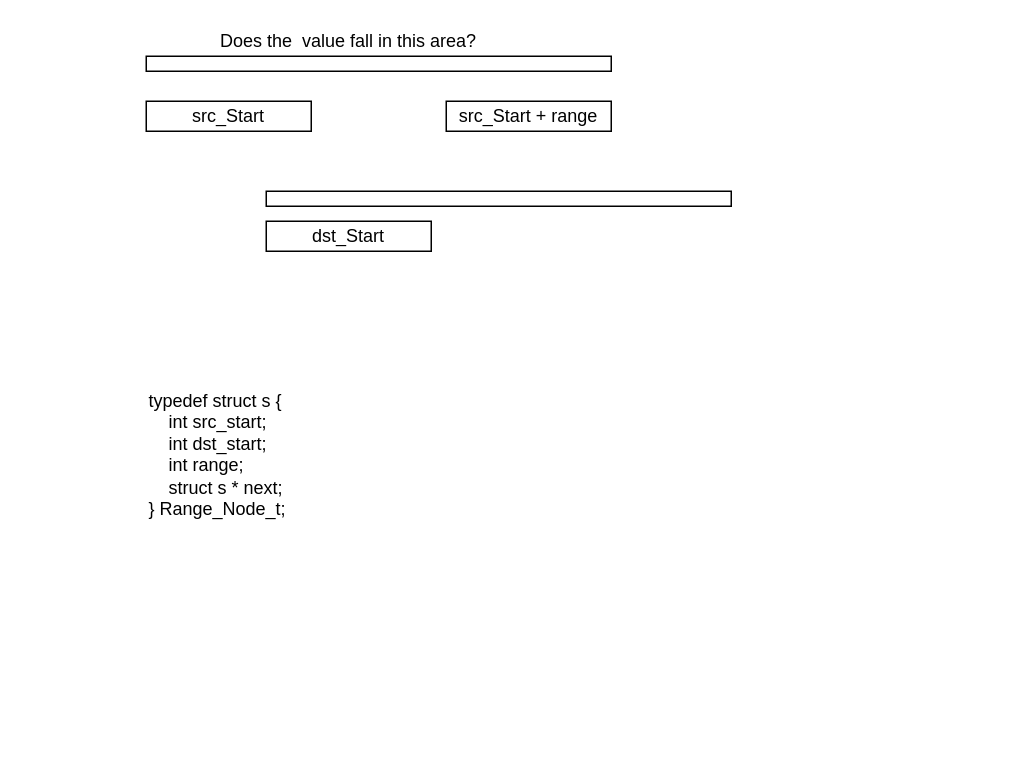
Before: Untitled Diagram.drawio in AlanHasty/AOC23, a draw.io diagram. Source tidied: cells renumbered, new cells numbered last; positions are measured from the earlier drawing's top-left corner, leaving out a move shared by most shapes. Both pictures are drawn from the tidied source at 150%, with x=0, y=0 at pixel (146, 26).
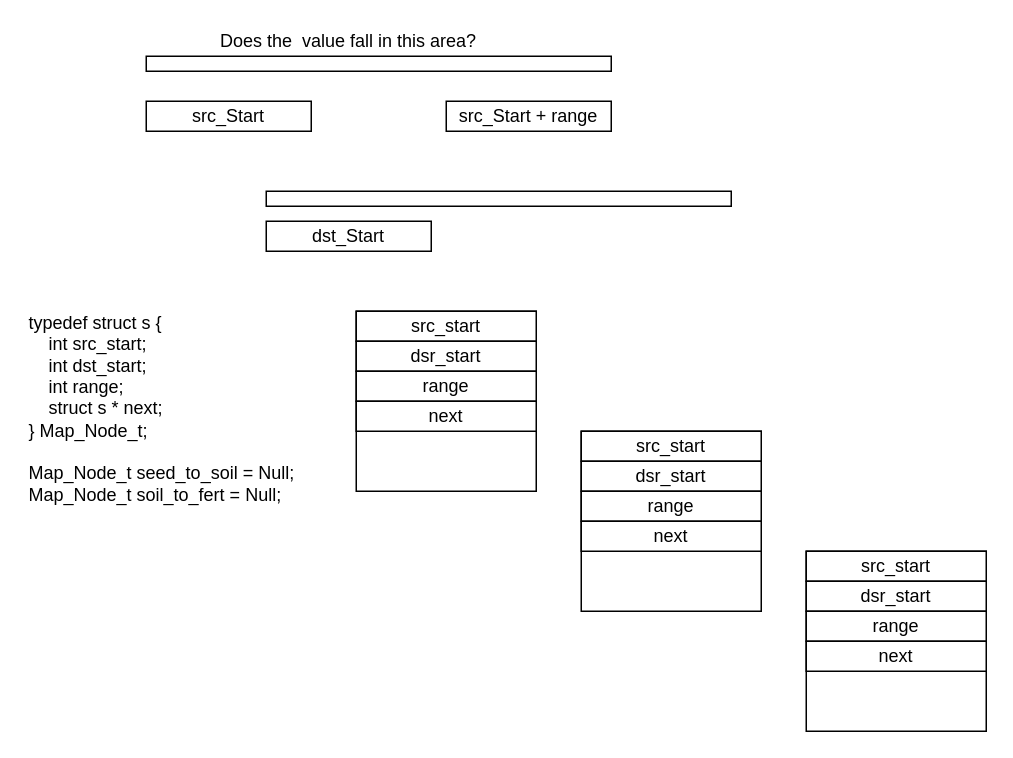
The same diagram, later.

Commit message:
update to show struct

What changed in the source:
```diff
@@
-    <mxCell id="8" value="typedef struct s {&lt;div&gt;&amp;nbsp; &amp;nbsp; int src_start;&lt;/div&gt;&lt;div&gt;&amp;nbsp; &amp;nbsp; int dst_start;&lt;/div&gt;&lt;div&gt;&amp;nbsp; &amp;nbsp; int range;&lt;/div&gt;&lt;div&gt;&amp;nbsp; &amp;nbsp; struct s * next;&lt;br&gt;&lt;div&gt;} Range_Node_t;&lt;/div&gt;&lt;/div&gt;&lt;div&gt;&lt;br&gt;&lt;/div&gt;&lt;div&gt;&lt;br&gt;&lt;/div&gt;" style="text;html=1;align=left;verticalAlign=middle;whiteSpace=wrap;rounded=0;" parent="1" vertex="1">
-      <mxGeometry y="190" width="230" height="220" as="geometry" />
+    <mxCell id="8" value="typedef struct s {&lt;div&gt;&amp;nbsp; &amp;nbsp; int src_start;&lt;/div&gt;&lt;div&gt;&amp;nbsp; &amp;nbsp; int dst_start;&lt;/div&gt;&lt;div&gt;&amp;nbsp; &amp;nbsp; int range;&lt;/div&gt;&lt;div&gt;&amp;nbsp; &amp;nbsp; struct s * next;&lt;br&gt;&lt;div&gt;} Map_Node_t;&lt;/div&gt;&lt;/div&gt;&lt;div&gt;&lt;br&gt;&lt;/div&gt;&lt;div&gt;Map_Node_t seed_to_soil = Null;&lt;/div&gt;&lt;div&gt;Map_Node_t soil_to_fert = Null;&lt;/div&gt;" style="text;html=1;align=left;verticalAlign=middle;whiteSpace=wrap;rounded=0;" parent="1" vertex="1">
+      <mxGeometry x="-80" y="180" width="230" height="150" as="geometry" />
     </mxCell>
+    <mxCell id="9" style="group;" parent="1" vertex="1">
+      <mxGeometry x="140" y="190" width="120" height="120" as="geometry" />
+    </mxCell>
+    <mxCell id="10" style="rounded=0;whiteSpace=wrap;html=1;" parent="9" vertex="1">
+      <mxGeometry width="120" height="120" as="geometry" />
+    </mxCell>
+    <mxCell id="11" value="src_start" style="rounded=0;whiteSpace=wrap;html=1;" parent="9" vertex="1">
+      <mxGeometry width="120" height="20" as="geometry" />
+    </mxCell>
+    <mxCell id="12" value="dsr_start" style="rounded=0;whiteSpace=wrap;html=1;" parent="9" vertex="1">
+      <mxGeometry y="20" width="120" height="20" as="geometry" />
+    </mxCell>
+    <mxCell id="13" value="range" style="rounded=0;whiteSpace=wrap;html=1;" parent="9" vertex="1">
+      <mxGeometry y="40" width="120" height="20" as="geometry" />
+    </mxCell>
+    <mxCell id="14" value="next" style="rounded=0;whiteSpace=wrap;html=1;" parent="9" vertex="1">
+      <mxGeometry y="60" width="120" height="20" as="geometry" />
+    </mxCell>
+    <mxCell id="15" style="group;" parent="1" vertex="1">
+      <mxGeometry x="290" y="270" width="120" height="120" as="geometry" />
+    </mxCell>
+    <mxCell id="16" style="rounded=0;whiteSpace=wrap;html=1;" parent="15" vertex="1">
+      <mxGeometry width="120" height="120" as="geometry" />
+    </mxCell>
+    <mxCell id="17" value="src_start" style="rounded=0;whiteSpace=wrap;html=1;" parent="15" vertex="1">
+      <mxGeometry width="120" height="20" as="geometry" />
+    </mxCell>
+    <mxCell id="18" value="dsr_start" style="rounded=0;whiteSpace=wrap;html=1;" parent="15" vertex="1">
+      <mxGeometry y="20" width="120" height="20" as="geometry" />
+    </mxCell>
+    <mxCell id="19" value="range" style="rounded=0;whiteSpace=wrap;html=1;" parent="15" vertex="1">
+      <mxGeometry y="40" width="120" height="20" as="geometry" />
+    </mxCell>
+    <mxCell id="20" value="next" style="rounded=0;whiteSpace=wrap;html=1;" parent="15" vertex="1">
+      <mxGeometry y="60" width="120" height="20" as="geometry" />
+    </mxCell>
+    <mxCell id="21" style="group;" parent="1" vertex="1">
+      <mxGeometry x="440" y="350" width="120" height="120" as="geometry" />
+    </mxCell>
+    <mxCell id="22" style="rounded=0;whiteSpace=wrap;html=1;" parent="21" vertex="1">
+      <mxGeometry width="120" height="120" as="geometry" />
+    </mxCell>
+    <mxCell id="23" value="src_start" style="rounded=0;whiteSpace=wrap;html=1;" parent="21" vertex="1">
+      <mxGeometry width="120" height="20" as="geometry" />
+    </mxCell>
+    <mxCell id="24" value="dsr_start" style="rounded=0;whiteSpace=wrap;html=1;" parent="21" vertex="1">
+      <mxGeometry y="20" width="120" height="20" as="geometry" />
+    </mxCell>
+    <mxCell id="25" value="range" style="rounded=0;whiteSpace=wrap;html=1;" parent="21" vertex="1">
+      <mxGeometry y="40" width="120" height="20" as="geometry" />
+    </mxCell>
+    <mxCell id="26" value="next" style="rounded=0;whiteSpace=wrap;html=1;" parent="21" vertex="1">
+      <mxGeometry y="60" width="120" height="20" as="geometry" />
+    </mxCell>
```
